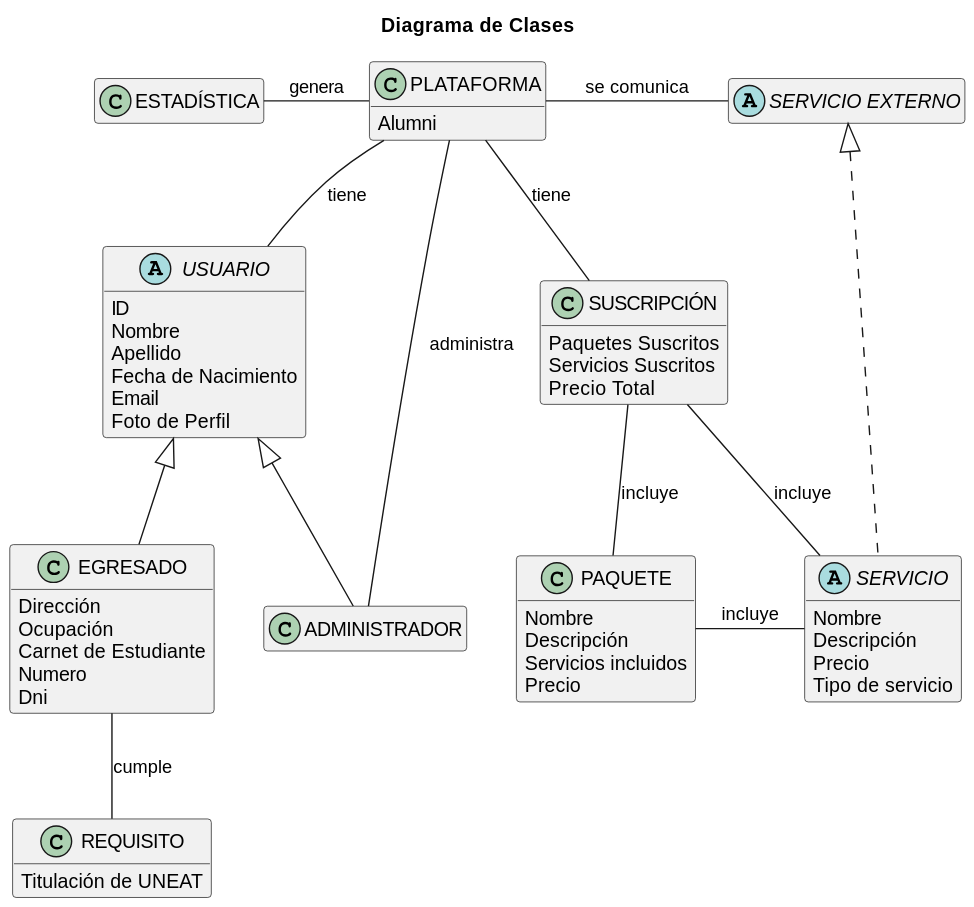
Earlier version of the PlantUML export Modelo_de_Dominio/Diagramas_de_Clases/Diagrama_de_Clases/Diagrama_de_Clases.svg (mmasias/23-24-IdSw1-SDR).
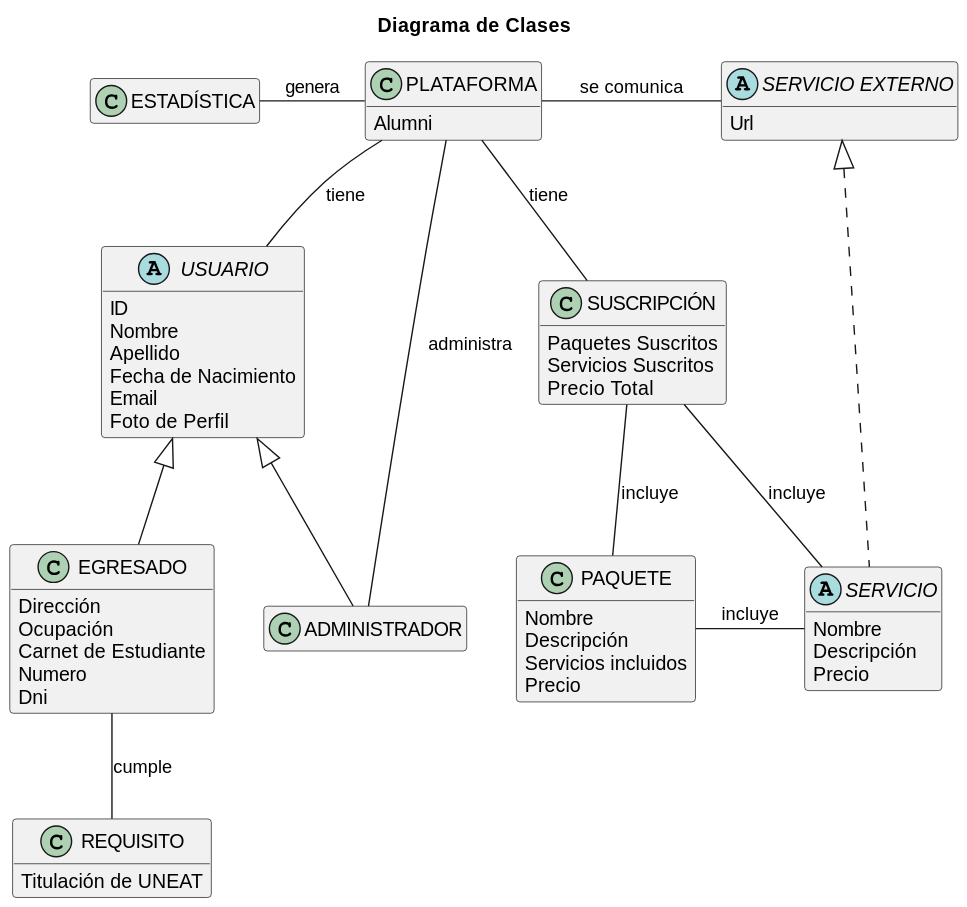
After the commit.

Commit message:
cambio diagrama de clases y diagrama de objetos

Diff of the diagram source:
```diff
@@ -12,7 +12,9 @@
    Alumni
 }
 
-abstract "SERVICIO EXTERNO"
+abstract "SERVICIO EXTERNO"{
+    Url
+}
 
 abstract USUARIO
 {
@@ -66,7 +68,6 @@
     Nombre
     Descripción
     Precio
-    Tipo de servicio
 }
 
 PLATAFORMA -- USUARIO : tiene
```
